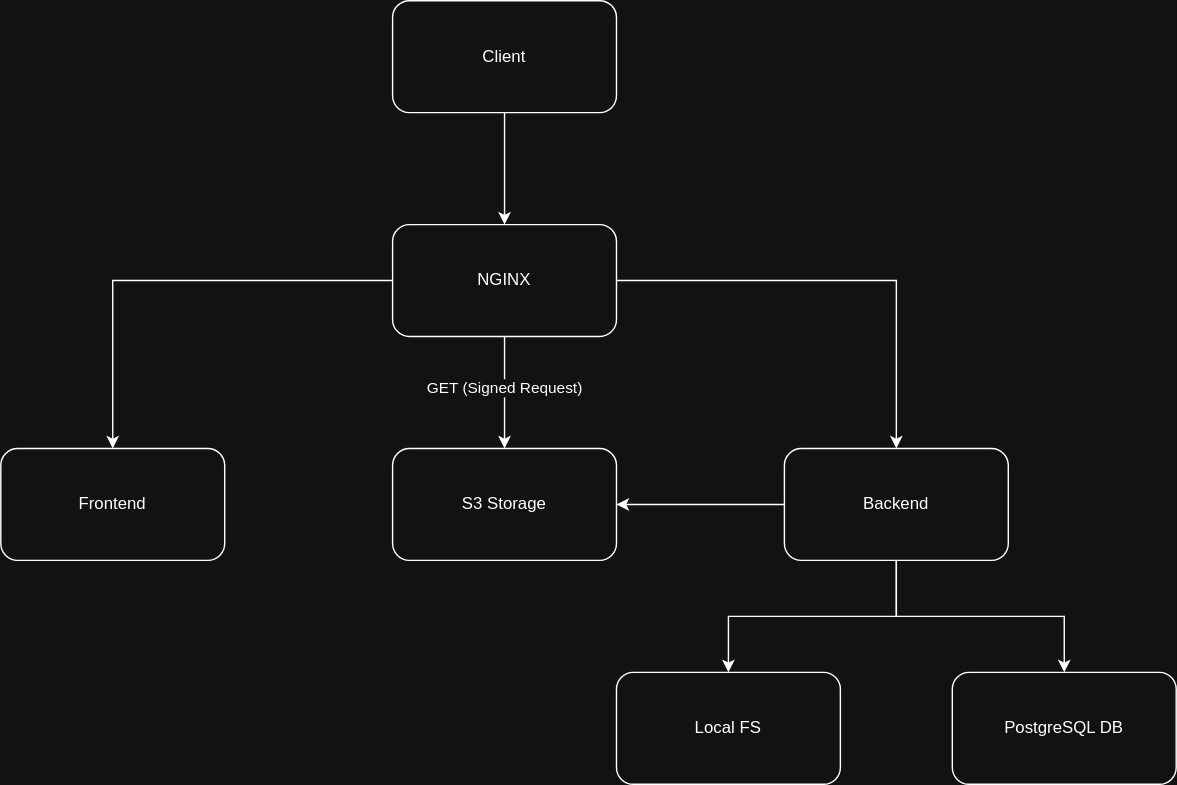
The draw.io diagram docs/assets/Sound-Node-Arch.svg in Hemanggour/Sound-Node, before a commit. Source tidied: cells renumbered, new cells last; positions are measured from the earlier drawing's top-left corner, leaving out a move shared by most shapes.
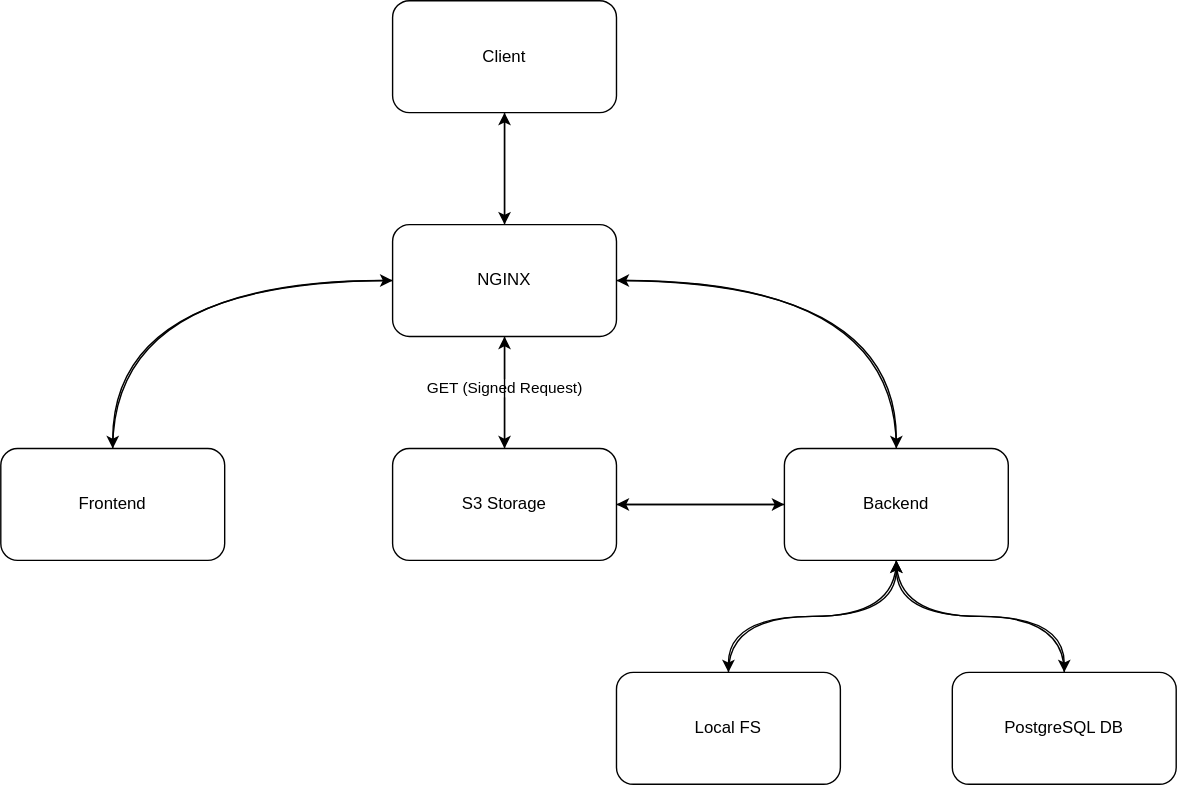
After the commit.

Commit message:
Update Arch diagram

What changed in the source:
```diff
@@ -8,10 +8,7 @@
     <mxCell id="3" value="Client" style="rounded=1;whiteSpace=wrap;html=1;" parent="1" vertex="1">
       <mxGeometry x="280" width="160" height="80" as="geometry" />
     </mxCell>
-    <mxCell id="4" style="edgeStyle=orthogonalEdgeStyle;rounded=0;jettySize=auto;html=1;entryX=0.5;entryY=0;entryDx=0;entryDy=0;" parent="1" edge="1" source="8" target="9">
-      <mxGeometry relative="1" as="geometry" />
-    </mxCell>
-    <mxCell id="5" style="edgeStyle=orthogonalEdgeStyle;rounded=0;jettySize=auto;html=1;entryX=0.5;entryY=0;entryDx=0;entryDy=0;" parent="1" edge="1" source="8" target="13">
+    <mxCell id="5" style="edgeStyle=orthogonalEdgeStyle;rounded=0;jettySize=auto;html=1;entryX=0.5;entryY=0;entryDx=0;entryDy=0;curved=1;" parent="1" edge="1" source="8" target="13">
       <mxGeometry relative="1" as="geometry" />
     </mxCell>
     <mxCell id="6" style="edgeStyle=orthogonalEdgeStyle;rounded=0;jettySize=auto;html=1;entryX=0.5;entryY=0;entryDx=0;entryDy=0;" parent="1" edge="1" source="8" target="15">
@@ -20,30 +17,62 @@
     <mxCell id="7" value="GET (Signed Request)" style="edgeLabel;html=1;align=center;verticalAlign=middle;" parent="6" vertex="1">
       <mxGeometry x="-0.09" y="-1" relative="1" as="geometry" />
     </mxCell>
+    <mxCell id="4" style="edgeStyle=orthogonalEdgeStyle;rounded=0;jettySize=auto;html=1;entryX=0.5;entryY=0;entryDx=0;entryDy=0;curved=1;" parent="1" edge="1" source="8" target="9">
+      <mxGeometry relative="1" as="geometry" />
+    </mxCell>
+    <mxCell id="17" style="edgeStyle=orthogonalEdgeStyle;rounded=0;jettySize=auto;html=1;entryX=0.5;entryY=1;entryDx=0;entryDy=0;" parent="1" edge="1" source="8" target="3">
+      <mxGeometry relative="1" as="geometry" />
+    </mxCell>
     <mxCell id="8" value="NGINX" style="rounded=1;whiteSpace=wrap;html=1;" parent="1" vertex="1">
       <mxGeometry x="280" y="160" width="160" height="80" as="geometry" />
     </mxCell>
+    <mxCell id="18" style="rounded=0;jettySize=auto;html=1;entryX=0;entryY=0.5;entryDx=0;entryDy=0;edgeStyle=orthogonalEdgeStyle;curved=1;" parent="1" edge="1" source="9" target="8">
+      <mxGeometry relative="1" as="geometry">
+        <Array as="points">
+          <mxPoint x="80" y="200" />
+        </Array>
+      </mxGeometry>
+    </mxCell>
     <mxCell id="9" value="Frontend" style="rounded=1;whiteSpace=wrap;html=1;" parent="1" vertex="1">
       <mxGeometry y="320" width="160" height="80" as="geometry" />
     </mxCell>
-    <mxCell id="10" style="edgeStyle=orthogonalEdgeStyle;rounded=0;jettySize=auto;html=1;entryX=0.5;entryY=0;entryDx=0;entryDy=0;" parent="1" edge="1" source="13" target="16">
-      <mxGeometry relative="1" as="geometry" />
-    </mxCell>
-    <mxCell id="11" style="edgeStyle=orthogonalEdgeStyle;rounded=0;jettySize=auto;html=1;" parent="1" edge="1" source="13" target="14">
+    <mxCell id="11" style="edgeStyle=orthogonalEdgeStyle;rounded=0;jettySize=auto;html=1;curved=1;" parent="1" edge="1" source="13" target="14">
       <mxGeometry relative="1" as="geometry" />
     </mxCell>
     <mxCell id="12" style="edgeStyle=orthogonalEdgeStyle;rounded=0;jettySize=auto;html=1;" parent="1" edge="1" source="13" target="15">
       <mxGeometry relative="1" as="geometry" />
     </mxCell>
+    <mxCell id="19" style="edgeStyle=orthogonalEdgeStyle;rounded=0;jettySize=auto;html=1;entryX=1;entryY=0.5;entryDx=0;entryDy=0;curved=1;" parent="1" edge="1" source="13" target="8">
+      <mxGeometry relative="1" as="geometry">
+        <Array as="points">
+          <mxPoint x="640" y="200" />
+        </Array>
+      </mxGeometry>
+    </mxCell>
+    <mxCell id="10" style="edgeStyle=orthogonalEdgeStyle;rounded=0;jettySize=auto;html=1;entryX=0.5;entryY=0;entryDx=0;entryDy=0;curved=1;" parent="1" edge="1" source="13" target="16">
+      <mxGeometry relative="1" as="geometry" />
+    </mxCell>
     <mxCell id="13" value="Backend" style="rounded=1;whiteSpace=wrap;html=1;" parent="1" vertex="1">
       <mxGeometry x="560" y="320" width="160" height="80" as="geometry" />
     </mxCell>
+    <mxCell id="20" style="edgeStyle=orthogonalEdgeStyle;rounded=0;jettySize=auto;html=1;entryX=0.5;entryY=1;entryDx=0;entryDy=0;curved=1;" parent="1" edge="1" source="14" target="13">
+      <mxGeometry relative="1" as="geometry" />
+    </mxCell>
     <mxCell id="14" value="PostgreSQL DB" style="rounded=1;whiteSpace=wrap;html=1;" parent="1" vertex="1">
       <mxGeometry x="680" y="480" width="160" height="80" as="geometry" />
     </mxCell>
+    <mxCell id="21" style="edgeStyle=orthogonalEdgeStyle;rounded=0;jettySize=auto;html=1;entryX=0.5;entryY=1;entryDx=0;entryDy=0;" parent="1" edge="1" source="15" target="8">
+      <mxGeometry relative="1" as="geometry" />
+    </mxCell>
+    <mxCell id="22" style="edgeStyle=orthogonalEdgeStyle;rounded=0;jettySize=auto;html=1;" parent="1" edge="1" source="15" target="13">
+      <mxGeometry relative="1" as="geometry" />
+    </mxCell>
     <mxCell id="15" value="S3 Storage" style="rounded=1;whiteSpace=wrap;html=1;" parent="1" vertex="1">
       <mxGeometry x="280" y="320" width="160" height="80" as="geometry" />
     </mxCell>
+    <mxCell id="23" style="edgeStyle=orthogonalEdgeStyle;rounded=0;jettySize=auto;html=1;entryX=0.5;entryY=1;entryDx=0;entryDy=0;curved=1;" parent="1" edge="1" source="16" target="13">
+      <mxGeometry relative="1" as="geometry" />
+    </mxCell>
     <mxCell id="16" value="Local FS" style="rounded=1;whiteSpace=wrap;html=1;" parent="1" vertex="1">
       <mxGeometry x="440" y="480" width="160" height="80" as="geometry" />
     </mxCell>
```
